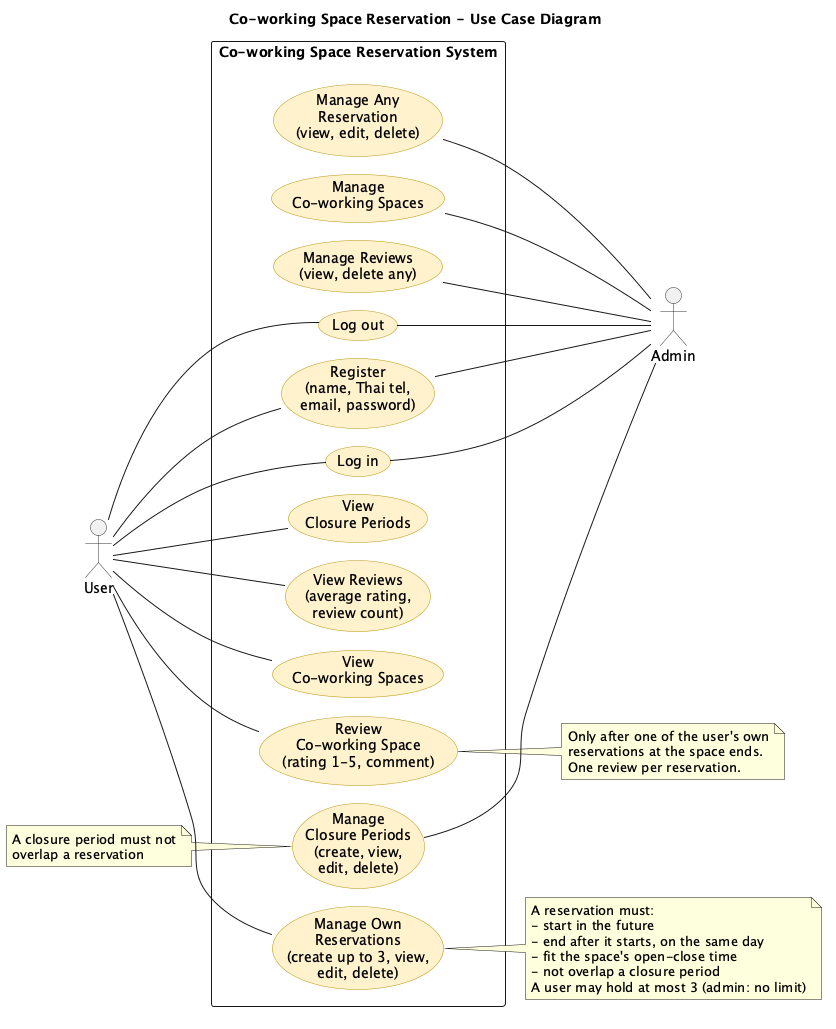
Above: docs/diagrams/png/usecase.png in TonBoonchai/Co-working-Space-Reservation (PlantUML), before the change.
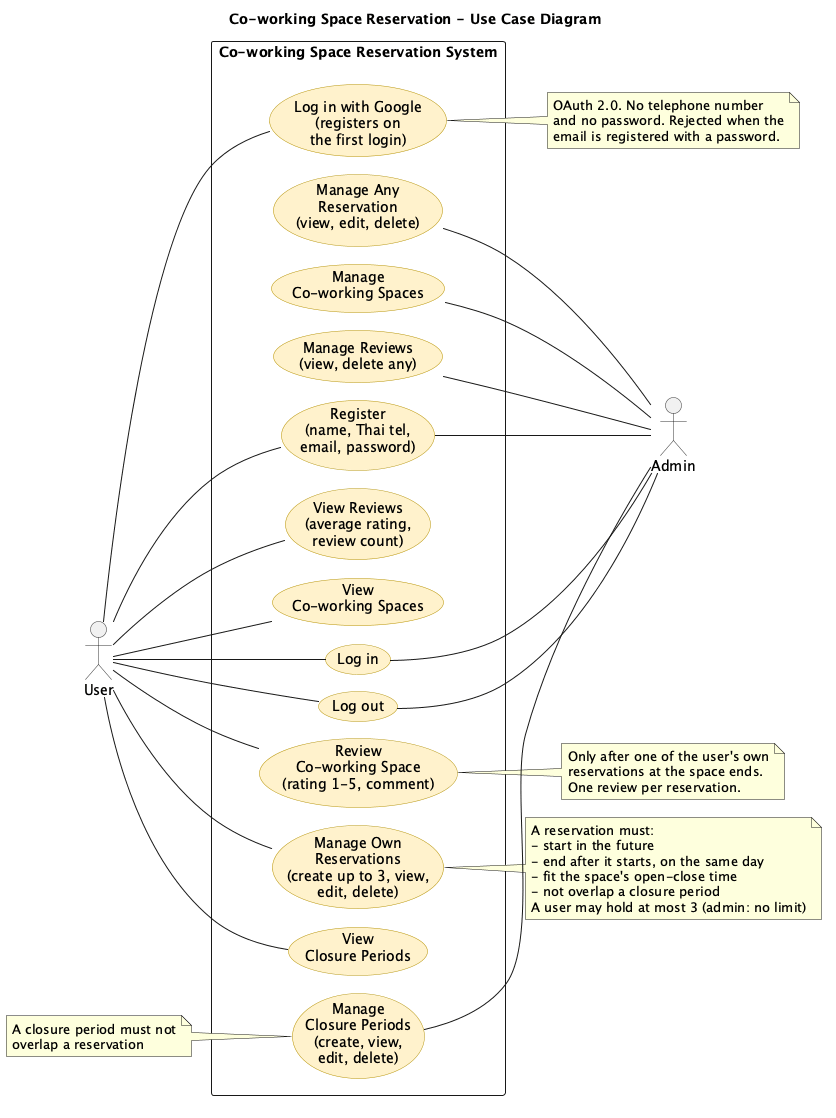
The same diagram one commit later.

Diff of the diagram source:
```diff
@@ -14,6 +14,7 @@
 rectangle "Co-working Space Reservation System" {
   usecase "Register\n(name, Thai tel,\nemail, password)" as register
   usecase "Log in" as login
+  usecase "Log in with Google\n(registers on\nthe first login)" as googleLogin
   usecase "Log out" as logout
   usecase "View\nCo-working Spaces" as viewSpaces
   usecase "View\nClosure Periods" as viewClosures
@@ -28,6 +29,7 @@
 
 user -- register
 user -- login
+user -- googleLogin
 user -- logout
 user -- viewSpaces
 user -- viewClosures
@@ -58,6 +60,12 @@
   One review per reservation.
 end note
 
+note right of googleLogin
+  OAuth 2.0. No telephone number
+  and no password. Rejected when the
+  email is registered with a password.
+end note
+
 note left of manageClosures
   A closure period must not
   overlap a reservation
```
